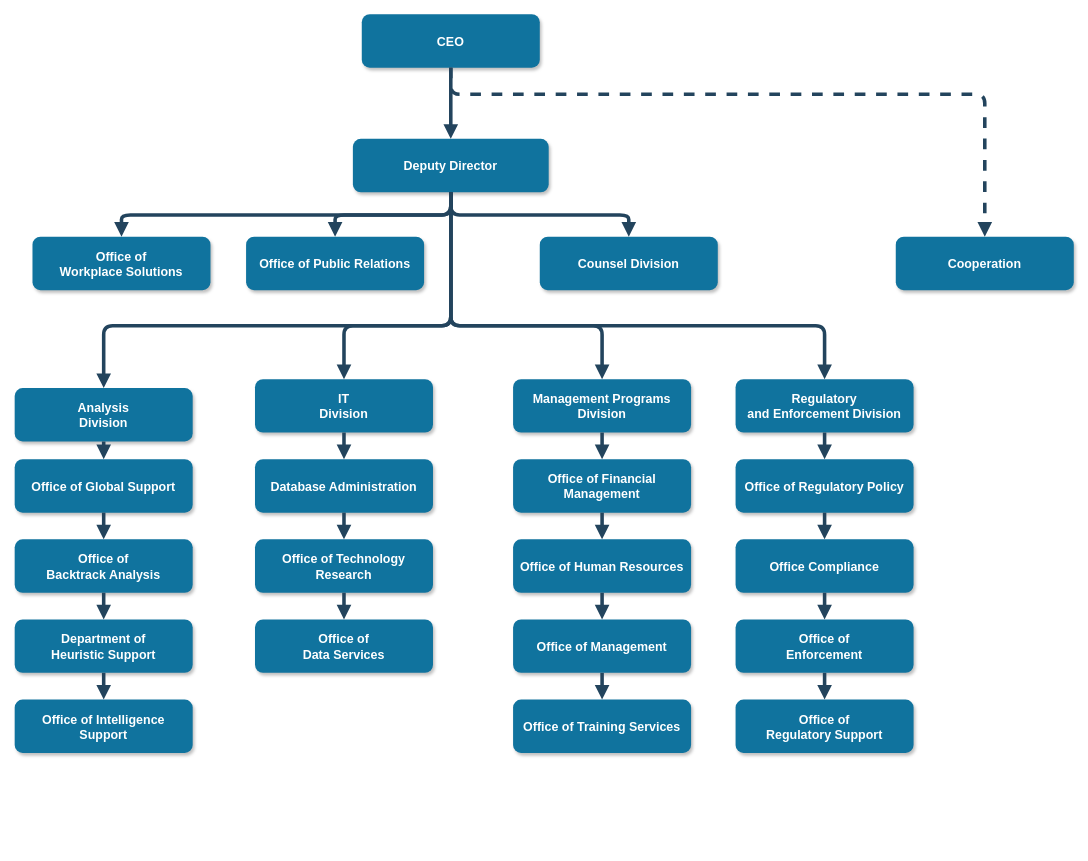
Before: node.drawio in cjinle/draw.io, a draw.io diagram. Source tidied: cells renumbered, new cells numbered last; positions are measured from the earlier drawing's top-left corner, leaving out a move shared by most shapes. Both pictures are drawn from the tidied source at 89%, with x=0, y=0 at pixel (14, 14).
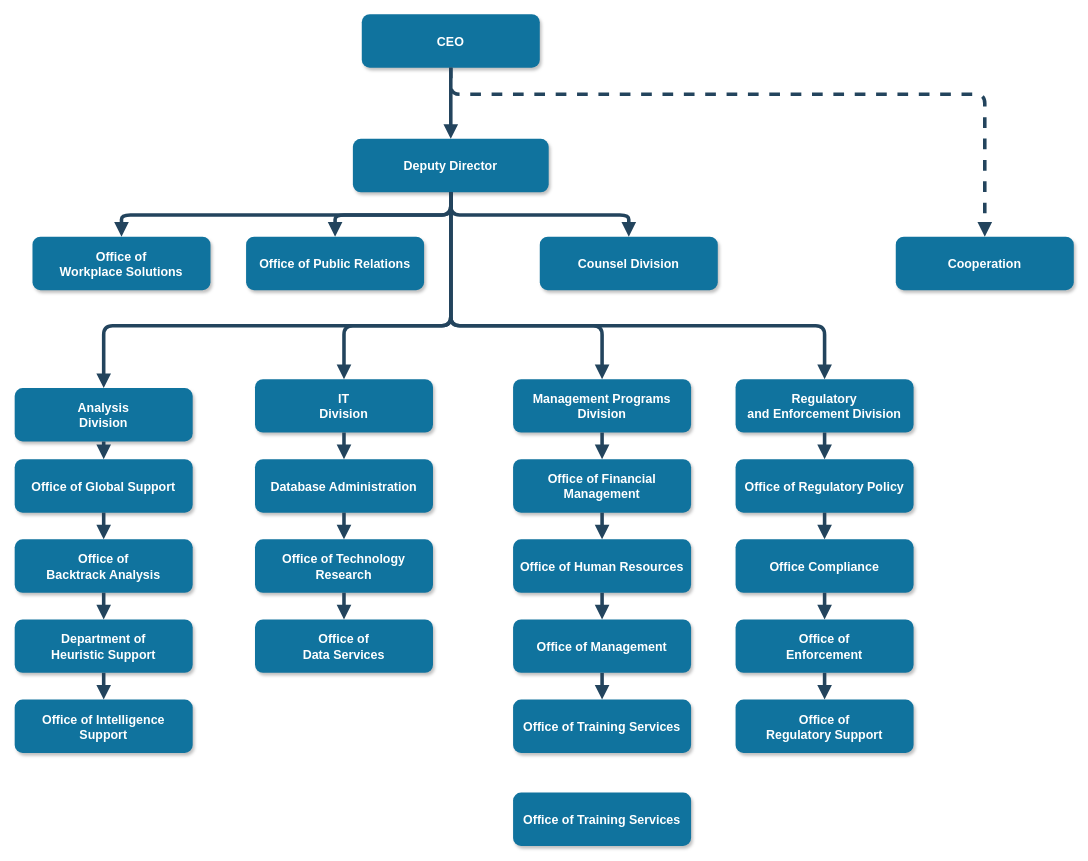
The same diagram, later.

Change to the diagram source:
```diff
@@
+    <mxCell id="51" value="Office of Training Services" style="rounded=1;fillColor=#10739E;strokeColor=none;shadow=1;gradientColor=none;fontStyle=1;fontColor=#FFFFFF;fontSize=14;" parent="1" vertex="1">
+      <mxGeometry x="560" y="874" width="200" height="60" as="geometry" />
+    </mxCell>
```
